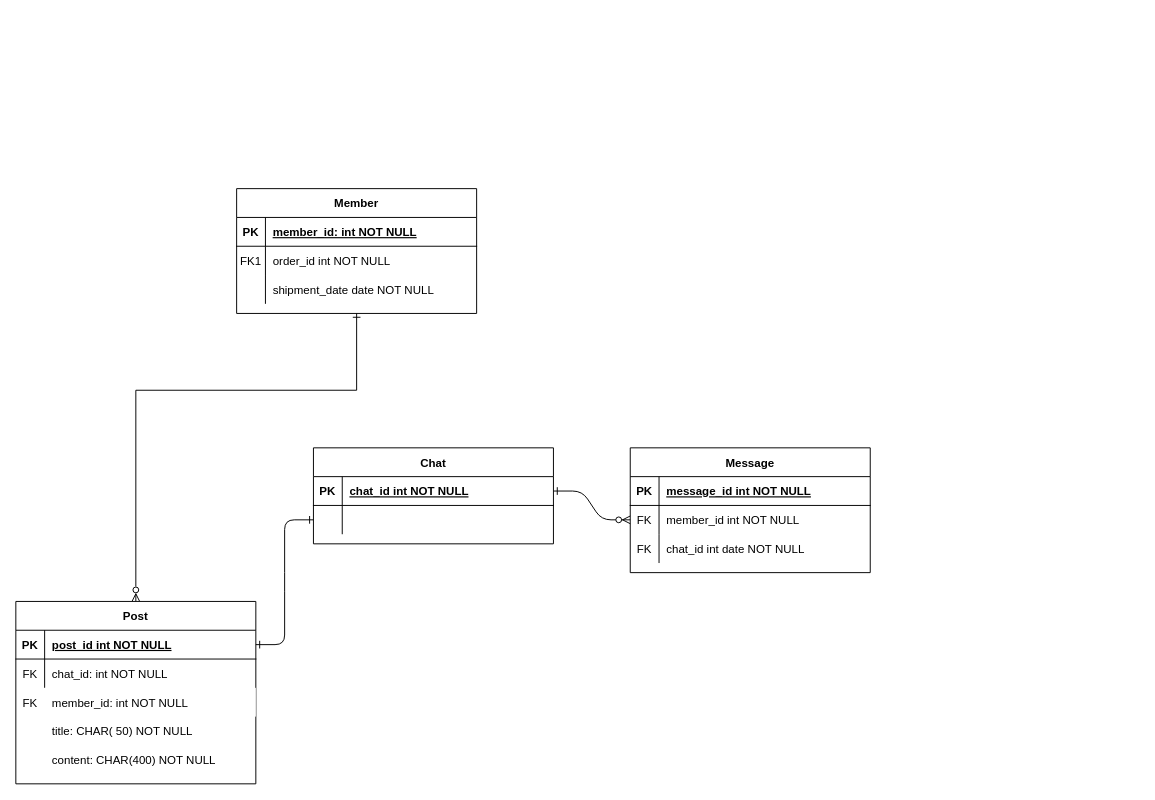
This is ERD.drawio from rlagudtn/Share, a draw.io file, before an edit. Source tidied: cells renumbered, new cells numbered last; positions are measured from the earlier drawing's top-left corner, leaving out a move shared by most shapes. Both pictures are drawn from the tidied source at 96%, with x=0, y=0 at pixel (15, 188).
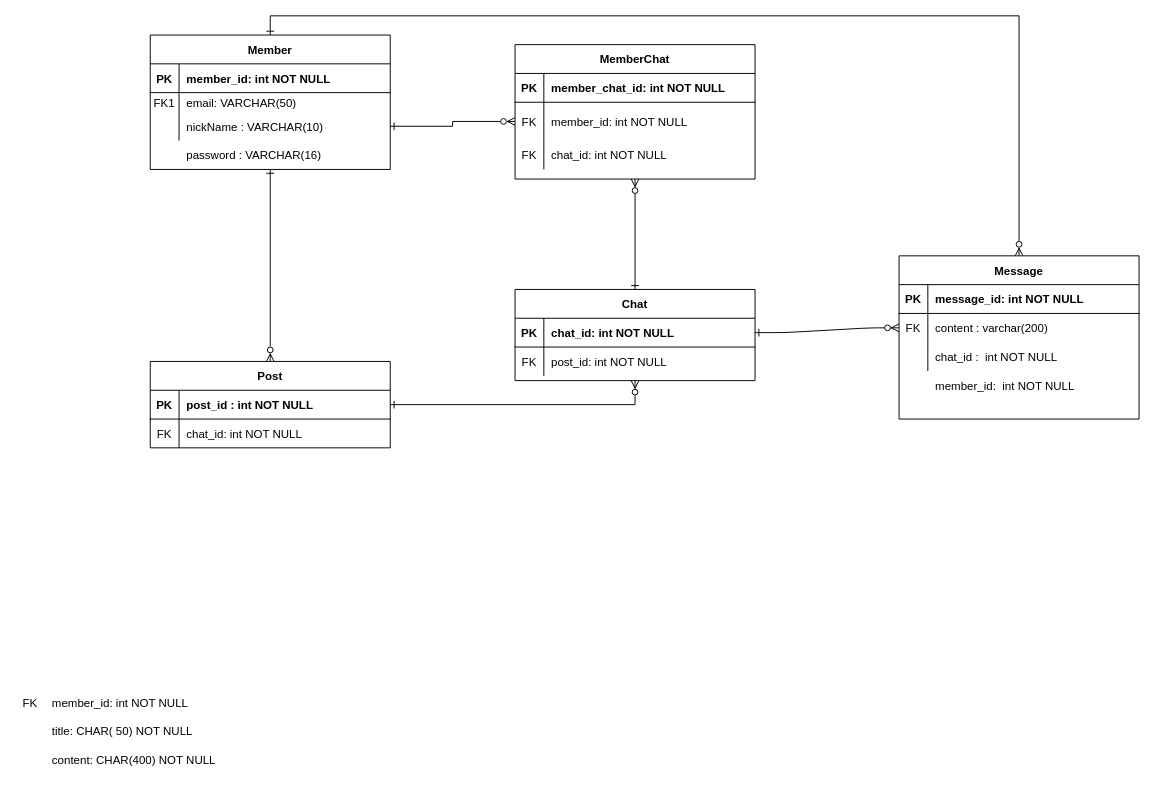
Above is the later version.

The change refers to these unchanged cells:
```xml
<mxCell id="5" style="shape=partialRectangle;fillColor=none;points=[[0,0.5],[1,0.5]];portConstraint=eastwest;top=0;left=0;right=0;bottom=1;" parent="4" vertex="1">
  <mxGeometry y="30" width="250" height="30" as="geometry" />
</mxCell>
<mxCell id="13" style="shape=partialRectangle;fillColor=none;top=0;left=0;right=0;bottom=1;" parent="12" vertex="1">
  <mxGeometry y="30" width="250" height="30" as="geometry" />
</mxCell>
<mxCell id="23" style="shape=partialRectangle;fillColor=none;points=[[0,0.5],[1,0.5]];portConstraint=eastwest;top=0;left=0;right=0;bottom=1;" parent="22" vertex="1">
  <mxGeometry y="30" width="250" height="30" as="geometry" />
</mxCell>
<mxCell id="30" style="shape=partialRectangle;fillColor=none;top=0;left=0;right=0;bottom=1;" parent="29" vertex="1">
  <mxGeometry y="30" width="250" height="30" as="geometry" />
</mxCell>
<mxCell id="33" style="shape=partialRectangle;fillColor=none;points=[[0,0.5],[1,0.5]];portConstraint=eastwest;top=0;left=0;right=0;bottom=0;" parent="29" vertex="1">
  <mxGeometry y="60" width="250" height="30" as="geometry" />
</mxCell>
<mxCell id="36" style="shape=partialRectangle;fillColor=none;top=0;left=0;right=0;bottom=0;" parent="29" vertex="1">
  <mxGeometry y="90" width="250" height="30" as="geometry" />
</mxCell>
```

Change to the diagram source:
```diff
@@
-    <mxCell id="2" style="edgeStyle=entityRelationEdgeStyle;endArrow=ERone;startArrow=ERone;endFill=0;startFill=0;" parent="1" edge="1" source="23">
-      <mxGeometry relative="1" as="geometry">
-        <mxPoint x="310" y="345" as="targetPoint" />
-      </mxGeometry>
-    </mxCell>
@@
+    <mxCell id="49" style="edgeStyle=orthogonalEdgeStyle;rounded=0;jettySize=auto;html=1;exitX=0.5;exitY=0;exitDx=0;exitDy=0;entryX=0.5;entryY=1;entryDx=0;entryDy=0;startArrow=ERone;startFill=0;endArrow=ERzeroToMany;endFill=0;" parent="1" edge="1" source="4" target="54">
+      <mxGeometry relative="1" as="geometry" />
+    </mxCell>
     <mxCell id="4" value="Chat" style="shape=table;startSize=30;childLayout=tableLayout;rowLines=0;fontStyle=1;align=center;" parent="1" vertex="1">
-      <mxGeometry x="310" y="270" width="250" height="100" as="geometry" />
+      <mxGeometry x="520" y="105" width="250" height="95" as="geometry" />
     </mxCell>
@@
-    <mxCell id="7" value="chat_id int NOT NULL " style="shape=partialRectangle;overflow=hidden;fillColor=none;top=0;left=0;bottom=0;right=0;align=left;spacingLeft=6;fontStyle=5;" parent="5" vertex="1">
+    <mxCell id="7" value="chat_id: int NOT NULL " style="shape=partialRectangle;overflow=hidden;fillColor=none;top=0;left=0;bottom=0;right=0;align=left;spacingLeft=6;fontStyle=1;" parent="5" vertex="1">
       <mxGeometry x="30" width="220" height="30" as="geometry" />
     </mxCell>
@@
     <mxCell id="11" style="edgeStyle=orthogonalEdgeStyle;rounded=0;jettySize=auto;html=1;exitX=0.5;exitY=1;exitDx=0;exitDy=0;entryX=0.5;entryY=0;entryDx=0;entryDy=0;endArrow=ERzeroToMany;endFill=0;startArrow=ERone;startFill=0;" parent="1" edge="1" source="12" target="22">
       <mxGeometry relative="1" as="geometry">
         <Array as="points">
-          <mxPoint x="355" y="210" />
-          <mxPoint x="125" y="210" />
+          <mxPoint x="265" y="-10" />
+          <mxPoint x="265" y="300" />
         </Array>
       </mxGeometry>
     </mxCell>
+    <mxCell id="50" style="edgeStyle=orthogonalEdgeStyle;rounded=0;jettySize=auto;html=1;exitX=0.5;exitY=0;exitDx=0;exitDy=0;startArrow=ERone;startFill=0;endArrow=ERzeroToMany;endFill=0;" parent="1" edge="1" source="12" target="29">
+      <mxGeometry relative="1" as="geometry" />
+    </mxCell>
     <mxCell id="12" value="Member" style="shape=table;startSize=30;childLayout=tableLayout;rowLines=0;fontStyle=1;align=center;" parent="1" vertex="1">
-      <mxGeometry x="230" width="250" height="130" as="geometry" />
+      <mxGeometry x="140" y="-160" width="250" height="140" as="geometry" />
     </mxCell>
@@
-    <mxCell id="15" value="member_id: int NOT NULL " style="shape=partialRectangle;overflow=hidden;fillColor=none;top=0;left=0;bottom=0;right=0;align=left;spacingLeft=6;fontStyle=5;" parent="13" vertex="1">
+    <mxCell id="15" value="member_id: int NOT NULL " style="shape=partialRectangle;overflow=hidden;fillColor=none;top=0;left=0;bottom=0;right=0;align=left;spacingLeft=6;fontStyle=1;" parent="13" vertex="1">
       <mxGeometry x="30" width="220" height="30" as="geometry" />
     </mxCell>
     <mxCell id="16" style="shape=partialRectangle;fillColor=none;top=0;left=0;right=0;bottom=0;" parent="12" vertex="1">
-      <mxGeometry y="60" width="250" height="30" as="geometry" />
+      <mxGeometry y="60" width="250" height="20" as="geometry" />
     </mxCell>
     <mxCell id="17" value="FK1" style="shape=partialRectangle;overflow=hidden;fillColor=none;top=0;left=0;bottom=0;right=0;" parent="16" vertex="1">
-      <mxGeometry width="30" height="30" as="geometry" />
+      <mxGeometry width="30" height="20" as="geometry" />
     </mxCell>
-    <mxCell id="18" value="order_id int NOT NULL" style="shape=partialRectangle;overflow=hidden;fillColor=none;top=0;left=0;bottom=0;right=0;align=left;spacingLeft=6;" parent="16" vertex="1">
-      <mxGeometry x="30" width="220" height="30" as="geometry" />
+    <mxCell id="18" value="email: VARCHAR(50)" style="shape=partialRectangle;overflow=hidden;fillColor=none;top=0;left=0;bottom=0;right=0;align=left;spacingLeft=6;" parent="16" vertex="1">
+      <mxGeometry x="30" width="220" height="20" as="geometry" />
     </mxCell>
     <mxCell id="19" style="shape=partialRectangle;fillColor=none;points=[[0,0.5],[1,0.5]];portConstraint=eastwest;top=0;left=0;right=0;bottom=0;" parent="12" vertex="1">
-      <mxGeometry y="90" width="250" height="30" as="geometry" />
+      <mxGeometry y="80" width="250" height="30" as="geometry" />
     </mxCell>
@@
-    <mxCell id="21" value="shipment_date date NOT NULL" style="shape=partialRectangle;overflow=hidden;fillColor=none;top=0;left=0;bottom=0;right=0;align=left;spacingLeft=6;" parent="19" vertex="1">
+    <mxCell id="21" value="nickName : VARCHAR(10)" style="shape=partialRectangle;overflow=hidden;fillColor=none;top=0;left=0;bottom=0;right=0;align=left;spacingLeft=6;" parent="19" vertex="1">
       <mxGeometry x="30" width="220" height="30" as="geometry" />
     </mxCell>
+    <mxCell id="51" style="edgeStyle=orthogonalEdgeStyle;rounded=0;jettySize=auto;html=1;exitX=1;exitY=0.5;exitDx=0;exitDy=0;entryX=0.5;entryY=1;entryDx=0;entryDy=0;endArrow=ERzeroToMany;endFill=0;startArrow=ERone;startFill=0;" parent="1" edge="1" source="22" target="4">
+      <mxGeometry relative="1" as="geometry" />
+    </mxCell>
     <mxCell id="22" value="Post" style="shape=table;startSize=30;childLayout=tableLayout;rowLines=0;fontStyle=1;align=center;" parent="1" vertex="1">
-      <mxGeometry y="430" width="250" height="190" as="geometry" />
+      <mxGeometry x="140" y="180" width="250" height="90" as="geometry" />
     </mxCell>
@@
-    <mxCell id="25" value="post_id int NOT NULL " style="shape=partialRectangle;overflow=hidden;fillColor=none;top=0;left=0;bottom=0;right=0;align=left;spacingLeft=6;fontStyle=5;" parent="23" vertex="1">
+    <mxCell id="25" value="post_id : int NOT NULL " style="shape=partialRectangle;overflow=hidden;fillColor=none;top=0;left=0;bottom=0;right=0;align=left;spacingLeft=6;fontStyle=1;" parent="23" vertex="1">
       <mxGeometry x="30" width="220" height="30" as="geometry" />
     </mxCell>
@@
     <mxCell id="29" value="Message" style="shape=table;startSize=30;childLayout=tableLayout;rowLines=0;fontStyle=1;align=center;" parent="1" vertex="1">
-      <mxGeometry x="640" y="270" width="250" height="130" as="geometry" />
+      <mxGeometry x="920" y="70" width="250" height="170" as="geometry" />
     </mxCell>
@@
-    <mxCell id="32" value="message_id int NOT NULL " style="shape=partialRectangle;overflow=hidden;fillColor=none;top=0;left=0;bottom=0;right=0;align=left;spacingLeft=6;fontStyle=5;" parent="30" vertex="1">
+    <mxCell id="32" value="message_id: int NOT NULL " style="shape=partialRectangle;overflow=hidden;fillColor=none;top=0;left=0;bottom=0;right=0;align=left;spacingLeft=6;fontStyle=1;" parent="30" vertex="1">
       <mxGeometry x="30" width="220" height="30" as="geometry" />
     </mxCell>
@@
-    <mxCell id="35" value="member_id int NOT NULL" style="shape=partialRectangle;overflow=hidden;fillColor=none;top=0;left=0;bottom=0;right=0;align=left;spacingLeft=6;" parent="33" vertex="1">
+    <mxCell id="35" value="content : varchar(200)" style="shape=partialRectangle;overflow=hidden;fillColor=none;top=0;left=0;bottom=0;right=0;align=left;spacingLeft=6;" parent="33" vertex="1">
       <mxGeometry x="30" width="220" height="30" as="geometry" />
     </mxCell>
@@
-    <mxCell id="38" value="chat_id int date NOT NULL" style="shape=partialRectangle;overflow=hidden;fillColor=none;top=0;left=0;bottom=0;right=0;align=left;spacingLeft=6;" parent="36" vertex="1">
+    <mxCell id="38" value="chat_id :  int NOT NULL" style="shape=partialRectangle;overflow=hidden;fillColor=none;top=0;left=0;bottom=0;right=0;align=left;spacingLeft=6;" parent="36" vertex="1">
       <mxGeometry x="30" width="220" height="30" as="geometry" />
     </mxCell>
@@
-    <mxCell id="48" value="FK" style="shape=partialRectangle;overflow=hidden;fillColor=none;top=0;left=0;bottom=0;right=0;" parent="1" vertex="1">
-      <mxGeometry x="640" y="360" width="30" height="30" as="geometry" />
-    </mxCell>
+    <mxCell id="52" style="shape=partialRectangle;overflow=hidden;fillColor=none;top=0;left=0;bottom=0;right=0;align=left;spacingLeft=6;" parent="1" vertex="1">
+      <mxGeometry x="170" y="-50" width="220" height="30" as="geometry" />
+    </mxCell>
+    <mxCell id="53" value="password : VARCHAR(16)" style="shape=partialRectangle;overflow=hidden;fillColor=none;top=0;left=0;bottom=0;right=0;align=left;spacingLeft=6;" parent="1" vertex="1">
+      <mxGeometry x="170" y="-50" width="220" height="30" as="geometry" />
+    </mxCell>
+    <mxCell id="54" value="MemberChat" style="shape=table;startSize=30;childLayout=tableLayout;rowLines=0;fontStyle=1;align=center;" parent="1" vertex="1">
+      <mxGeometry x="520" y="-150" width="250" height="140" as="geometry" />
+    </mxCell>
+    <mxCell id="55" style="shape=partialRectangle;fillColor=none;top=0;left=0;right=0;bottom=1;" parent="54" vertex="1">
+      <mxGeometry y="30" width="250" height="30" as="geometry" />
+    </mxCell>
+    <mxCell id="56" value="PK" style="shape=partialRectangle;overflow=hidden;fillColor=none;top=0;left=0;bottom=0;right=0;fontStyle=1;" parent="55" vertex="1">
+      <mxGeometry width="30" height="30" as="geometry" />
+    </mxCell>
+    <mxCell id="57" value="member_chat_id: int NOT NULL " style="shape=partialRectangle;overflow=hidden;fillColor=none;top=0;left=0;bottom=0;right=0;align=left;spacingLeft=6;fontStyle=1;" parent="55" vertex="1">
+      <mxGeometry x="30" width="220" height="30" as="geometry" />
+    </mxCell>
+    <mxCell id="58" style="shape=partialRectangle;fillColor=none;points=[[0,0.5],[1,0.5]];portConstraint=eastwest;top=0;left=0;right=0;bottom=0;" parent="54" vertex="1">
+      <mxGeometry y="60" width="250" height="40" as="geometry" />
+    </mxCell>
+    <mxCell id="59" value="FK" style="shape=partialRectangle;overflow=hidden;fillColor=none;top=0;left=0;bottom=0;right=0;" parent="58" vertex="1">
+      <mxGeometry width="30" height="40" as="geometry" />
+    </mxCell>
+    <mxCell id="60" value="member_id: int NOT NULL" style="shape=partialRectangle;overflow=hidden;fillColor=none;top=0;left=0;bottom=0;right=0;align=left;spacingLeft=6;" parent="58" vertex="1">
+      <mxGeometry x="30" width="220" height="40" as="geometry" />
+    </mxCell>
+    <mxCell id="61" style="shape=partialRectangle;fillColor=none;top=0;left=0;right=0;bottom=0;" parent="54" vertex="1">
+      <mxGeometry y="100" width="250" height="30" as="geometry" />
+    </mxCell>
+    <mxCell id="62" style="shape=partialRectangle;overflow=hidden;fillColor=none;top=0;left=0;bottom=0;right=0;" parent="61" vertex="1">
+      <mxGeometry width="30" height="30" as="geometry" />
+    </mxCell>
+    <mxCell id="63" value="chat_id: int NOT NULL" style="shape=partialRectangle;overflow=hidden;fillColor=none;top=0;left=0;bottom=0;right=0;align=left;spacingLeft=6;" parent="61" vertex="1">
+      <mxGeometry x="30" width="220" height="30" as="geometry" />
+    </mxCell>
+    <mxCell id="64" style="edgeStyle=orthogonalEdgeStyle;rounded=0;jettySize=auto;html=1;exitX=1;exitY=0.5;exitDx=0;exitDy=0;entryX=0;entryY=0.5;entryDx=0;entryDy=0;startArrow=ERone;startFill=0;endArrow=ERzeroToMany;endFill=0;" parent="1" edge="1" source="19" target="58">
+      <mxGeometry relative="1" as="geometry" />
+    </mxCell>
+    <mxCell id="65" value="FK" style="shape=partialRectangle;overflow=hidden;fillColor=none;top=0;left=0;bottom=0;right=0;" parent="1" vertex="1">
+      <mxGeometry x="520" y="-45" width="30" height="20" as="geometry" />
+    </mxCell>
+    <mxCell id="66" value="FK" style="shape=partialRectangle;overflow=hidden;fillColor=none;top=0;left=0;bottom=0;right=0;" parent="1" vertex="1">
+      <mxGeometry x="520" y="170" width="30" height="20" as="geometry" />
+    </mxCell>
+    <mxCell id="67" style="shape=partialRectangle;fillColor=none;top=0;left=0;right=0;bottom=0;" parent="1" vertex="1">
+      <mxGeometry x="520" y="165" width="250" height="30" as="geometry" />
+    </mxCell>
+    <mxCell id="68" style="shape=partialRectangle;overflow=hidden;fillColor=none;top=0;left=0;bottom=0;right=0;" parent="67" vertex="1">
+      <mxGeometry width="30" height="30" as="geometry" />
+    </mxCell>
+    <mxCell id="69" value="post_id: int NOT NULL" style="shape=partialRectangle;overflow=hidden;fillColor=none;top=0;left=0;bottom=0;right=0;align=left;spacingLeft=6;" parent="67" vertex="1">
+      <mxGeometry x="30" width="220" height="30" as="geometry" />
+    </mxCell>
+    <mxCell id="70" value="member_id:  int NOT NULL" style="shape=partialRectangle;overflow=hidden;fillColor=none;top=0;left=0;bottom=0;right=0;align=left;spacingLeft=6;" parent="1" vertex="1">
+      <mxGeometry x="950" y="190" width="220" height="30" as="geometry" />
+    </mxCell>
```
